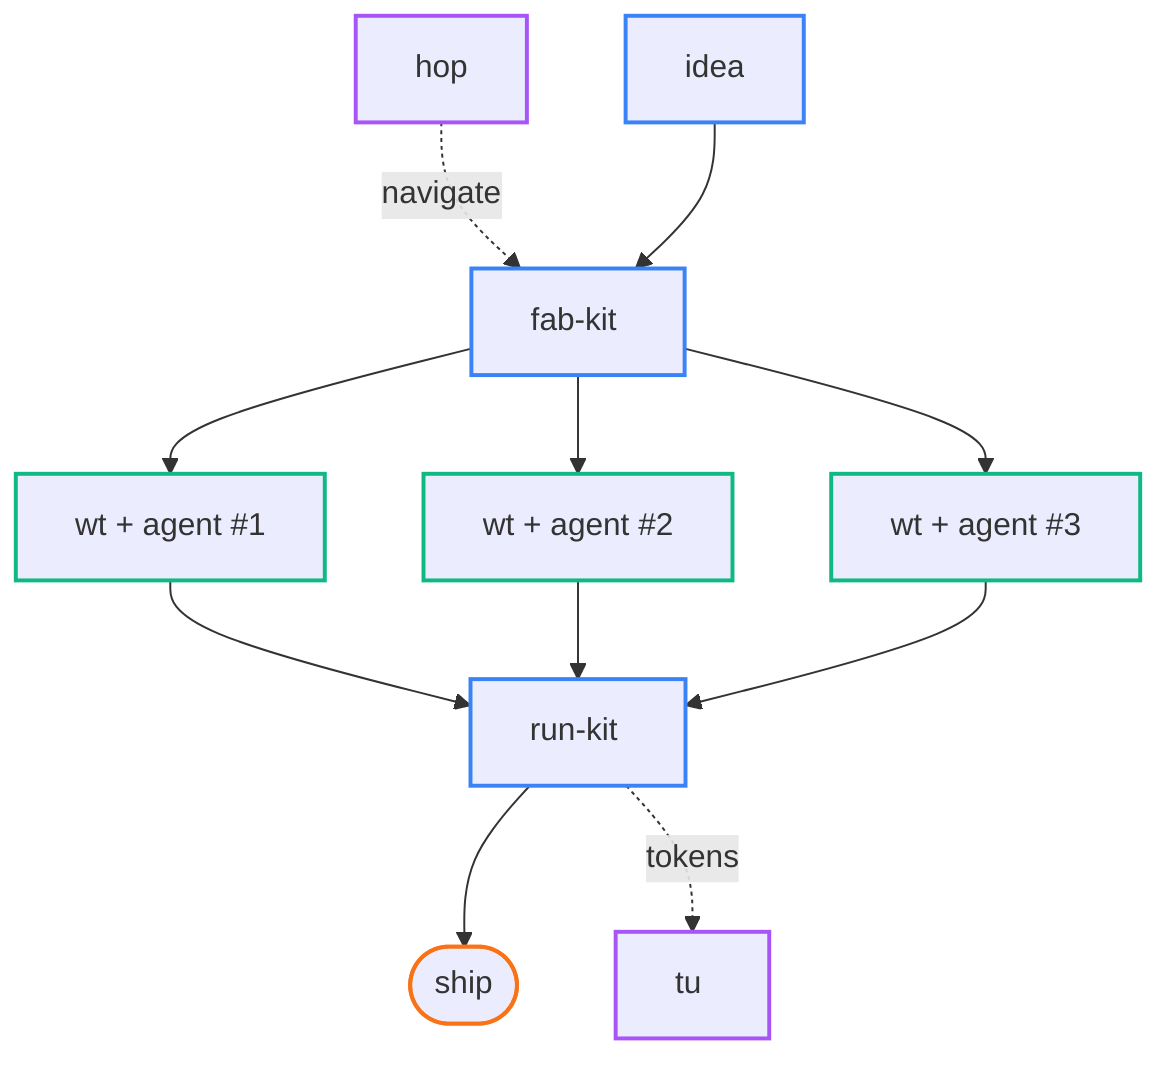
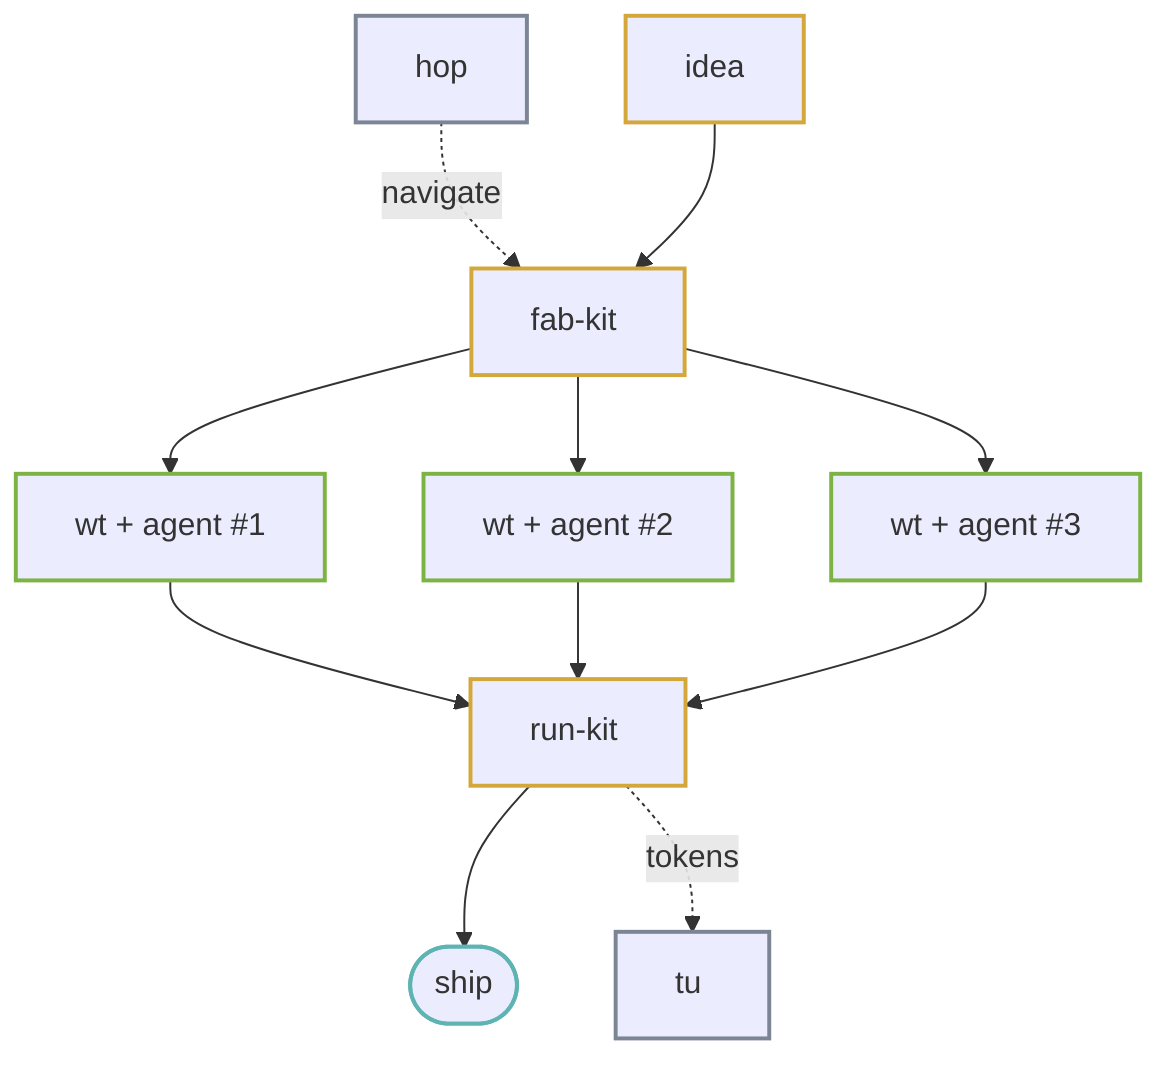
%% Some labels include a trailing &nbsp; so the browser-rendered text fits
%% inside the rect that mermaid pre-measures in headless Chrome. Without it,
%% the "t" in fab-kit/run-kit and the "u" in tu get clipped on the right edge.
flowchart TB
    hop["hop"] -.->|navigate| fab
    idea["idea"] --> fab["fab-kit&nbsp;"]
    fab --> w1["wt + agent #1"]
    fab --> w2["wt + agent #2"]
    fab --> w3["wt + agent #3"]
    w1 --> rk["run-kit&nbsp;"]
    w2 --> rk
    w3 --> rk
    rk --> ship(["ship"])
    rk -.->|tokens| tu["tu&nbsp;"]

-     classDef tool stroke:#3b82f6,stroke-width:2px;
-     classDef agent stroke:#10b981,stroke-width:2px;
-     classDef ship stroke:#f97316,stroke-width:2px;
-     classDef ambient stroke:#a855f7,stroke-width:2px;
+     classDef tool stroke:#d4a73a,stroke-width:2px;
+     classDef agent stroke:#7cb342,stroke-width:2px;
+     classDef ship stroke:#5eb3b3,stroke-width:2px;
+     classDef ambient stroke:#7c8593,stroke-width:2px;
    class idea,fab,rk tool;
    class w1,w2,w3 agent;
    class ship ship;
    class hop,tu ambient;
